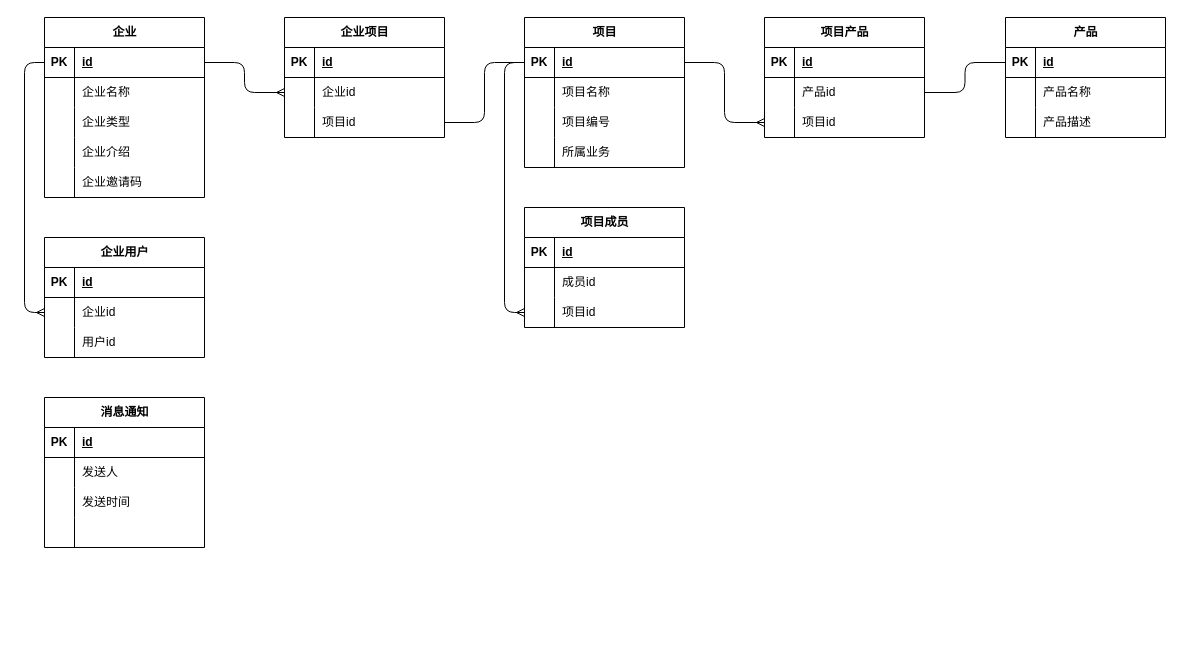
This is page "E-R图" (1 of 3) of others/产品中心.drawio from Qunz/drawio, a draw.io file, before an edit. Source tidied: cells renumbered, new cells numbered last; positions are measured from the earlier drawing's top-left corner, leaving out a move shared by most shapes. Both pictures are drawn from the tidied source at 100%, with x=0, y=0 at pixel (44, 17).
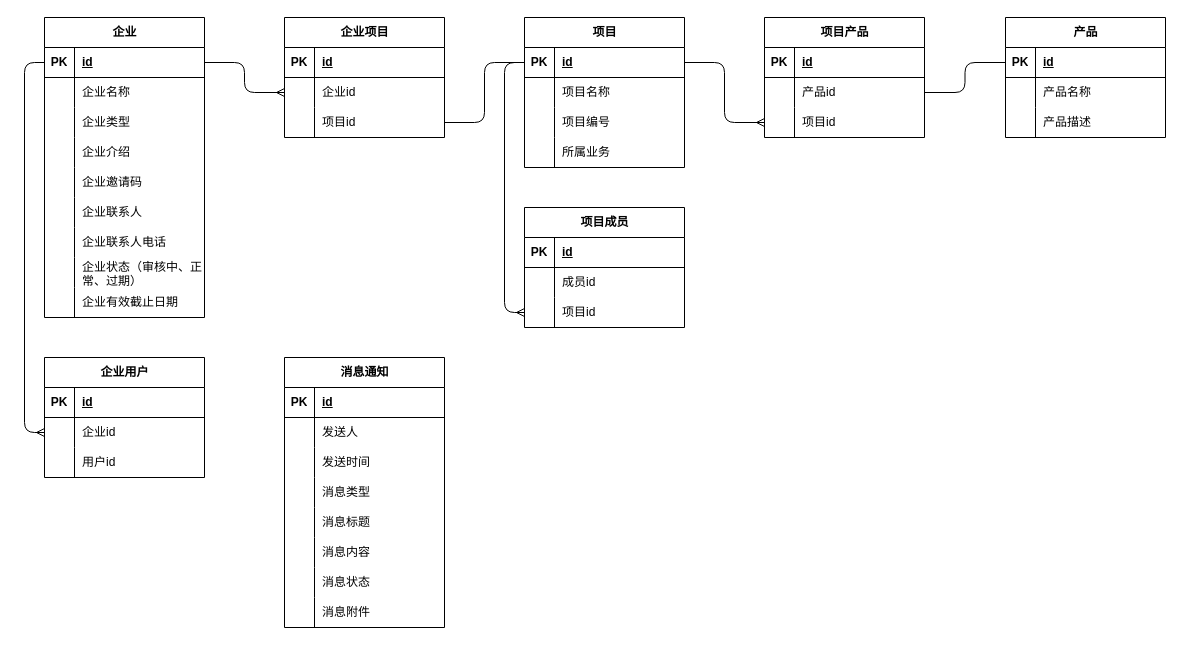
Above is the later version.

Commit message:
更新产品中心.drawio

The change refers to these unchanged cells:
```xml
<mxCell id="61" style="shape=tableRow;horizontal=0;startSize=0;swimlaneHead=0;swimlaneBody=0;fillColor=none;top=0;left=0;right=0;bottom=0;" parent="51" vertex="1">
  <mxGeometry y="120" width="160" height="30" as="geometry" />
</mxCell>
```

What changed in the source:
```diff
@@
     <mxCell id="2" value="企业" style="shape=table;startSize=30;childLayout=tableLayout;rowLines=0;fontStyle=1;align=center;html=1;" parent="1" vertex="1">
-      <mxGeometry width="160" height="180" as="geometry" />
+      <mxGeometry width="160" height="300" as="geometry" />
     </mxCell>
@@
+    <mxCell id="100" style="shape=tableRow;horizontal=0;startSize=0;swimlaneHead=0;swimlaneBody=0;fillColor=none;top=0;left=0;right=0;bottom=0;" parent="2" vertex="1">
+      <mxGeometry y="180" width="160" height="30" as="geometry" />
+    </mxCell>
+    <mxCell id="101" style="shape=partialRectangle;fillColor=none;top=0;left=0;bottom=0;right=0;overflow=hidden;whiteSpace=wrap;html=1;" parent="100" vertex="1">
+      <mxGeometry width="30" height="30" as="geometry" />
+    </mxCell>
+    <mxCell id="102" value="企业联系人" style="shape=partialRectangle;fillColor=none;top=0;left=0;bottom=0;right=0;align=left;spacingLeft=6;overflow=hidden;whiteSpace=wrap;html=1;" parent="100" vertex="1">
+      <mxGeometry x="30" width="130" height="30" as="geometry" />
+    </mxCell>
+    <mxCell id="103" style="shape=tableRow;horizontal=0;startSize=0;swimlaneHead=0;swimlaneBody=0;fillColor=none;top=0;left=0;right=0;bottom=0;" parent="2" vertex="1">
+      <mxGeometry y="210" width="160" height="30" as="geometry" />
+    </mxCell>
+    <mxCell id="104" style="shape=partialRectangle;fillColor=none;top=0;left=0;bottom=0;right=0;overflow=hidden;whiteSpace=wrap;html=1;" parent="103" vertex="1">
+      <mxGeometry width="30" height="30" as="geometry" />
+    </mxCell>
+    <mxCell id="105" value="企业联系人电话" style="shape=partialRectangle;fillColor=none;top=0;left=0;bottom=0;right=0;align=left;spacingLeft=6;overflow=hidden;whiteSpace=wrap;html=1;" parent="103" vertex="1">
+      <mxGeometry x="30" width="130" height="30" as="geometry" />
+    </mxCell>
+    <mxCell id="106" style="shape=tableRow;horizontal=0;startSize=0;swimlaneHead=0;swimlaneBody=0;fillColor=none;top=0;left=0;right=0;bottom=0;" parent="2" vertex="1">
+      <mxGeometry y="240" width="160" height="30" as="geometry" />
+    </mxCell>
+    <mxCell id="107" style="shape=partialRectangle;fillColor=none;top=0;left=0;bottom=0;right=0;overflow=hidden;whiteSpace=wrap;html=1;" parent="106" vertex="1">
+      <mxGeometry width="30" height="30" as="geometry" />
+    </mxCell>
+    <mxCell id="108" value="企业状态（审核中、正常、过期）" style="shape=partialRectangle;fillColor=none;top=0;left=0;bottom=0;right=0;align=left;spacingLeft=6;overflow=hidden;whiteSpace=wrap;html=1;" parent="106" vertex="1">
+      <mxGeometry x="30" width="130" height="30" as="geometry" />
+    </mxCell>
+    <mxCell id="109" style="shape=tableRow;horizontal=0;startSize=0;swimlaneHead=0;swimlaneBody=0;fillColor=none;top=0;left=0;right=0;bottom=0;" parent="2" vertex="1">
+      <mxGeometry y="270" width="160" height="30" as="geometry" />
+    </mxCell>
+    <mxCell id="110" style="shape=partialRectangle;fillColor=none;top=0;left=0;bottom=0;right=0;overflow=hidden;whiteSpace=wrap;html=1;" parent="109" vertex="1">
+      <mxGeometry width="30" height="30" as="geometry" />
+    </mxCell>
+    <mxCell id="111" value="企业有效截止日期" style="shape=partialRectangle;fillColor=none;top=0;left=0;bottom=0;right=0;align=left;spacingLeft=6;overflow=hidden;whiteSpace=wrap;html=1;" parent="109" vertex="1">
+      <mxGeometry x="30" width="130" height="30" as="geometry" />
+    </mxCell>
@@
     <mxCell id="51" value="消息通知" style="shape=table;startSize=30;childLayout=tableLayout;rowLines=0;fontStyle=1;align=center;html=1;" parent="1" vertex="1">
-      <mxGeometry y="380" width="160" height="150" as="geometry" />
+      <mxGeometry x="240" y="340" width="160" height="270" as="geometry" />
     </mxCell>
@@
-    <mxCell id="63" style="shape=partialRectangle;fillColor=none;top=0;left=0;bottom=0;right=0;align=left;spacingLeft=6;overflow=hidden;whiteSpace=wrap;html=1;" parent="61" vertex="1">
+    <mxCell id="63" value="消息类型" style="shape=partialRectangle;fillColor=none;top=0;left=0;bottom=0;right=0;align=left;spacingLeft=6;overflow=hidden;whiteSpace=wrap;html=1;" parent="61" vertex="1">
       <mxGeometry x="30" width="130" height="30" as="geometry" />
     </mxCell>
+    <mxCell id="112" style="shape=tableRow;horizontal=0;startSize=0;swimlaneHead=0;swimlaneBody=0;fillColor=none;top=0;left=0;right=0;bottom=0;" parent="51" vertex="1">
+      <mxGeometry y="150" width="160" height="30" as="geometry" />
+    </mxCell>
+    <mxCell id="113" style="shape=partialRectangle;fillColor=none;top=0;left=0;bottom=0;right=0;overflow=hidden;whiteSpace=wrap;html=1;" parent="112" vertex="1">
+      <mxGeometry width="30" height="30" as="geometry" />
+    </mxCell>
+    <mxCell id="114" value="消息标题" style="shape=partialRectangle;fillColor=none;top=0;left=0;bottom=0;right=0;align=left;spacingLeft=6;overflow=hidden;whiteSpace=wrap;html=1;" parent="112" vertex="1">
+      <mxGeometry x="30" width="130" height="30" as="geometry" />
+    </mxCell>
+    <mxCell id="115" style="shape=tableRow;horizontal=0;startSize=0;swimlaneHead=0;swimlaneBody=0;fillColor=none;top=0;left=0;right=0;bottom=0;" parent="51" vertex="1">
+      <mxGeometry y="180" width="160" height="30" as="geometry" />
+    </mxCell>
+    <mxCell id="116" style="shape=partialRectangle;fillColor=none;top=0;left=0;bottom=0;right=0;overflow=hidden;whiteSpace=wrap;html=1;" parent="115" vertex="1">
+      <mxGeometry width="30" height="30" as="geometry" />
+    </mxCell>
+    <mxCell id="117" value="消息内容" style="shape=partialRectangle;fillColor=none;top=0;left=0;bottom=0;right=0;align=left;spacingLeft=6;overflow=hidden;whiteSpace=wrap;html=1;" parent="115" vertex="1">
+      <mxGeometry x="30" width="130" height="30" as="geometry" />
+    </mxCell>
+    <mxCell id="118" style="shape=tableRow;horizontal=0;startSize=0;swimlaneHead=0;swimlaneBody=0;fillColor=none;top=0;left=0;right=0;bottom=0;" parent="51" vertex="1">
+      <mxGeometry y="210" width="160" height="30" as="geometry" />
+    </mxCell>
+    <mxCell id="119" style="shape=partialRectangle;fillColor=none;top=0;left=0;bottom=0;right=0;overflow=hidden;whiteSpace=wrap;html=1;" parent="118" vertex="1">
+      <mxGeometry width="30" height="30" as="geometry" />
+    </mxCell>
+    <mxCell id="120" value="消息状态" style="shape=partialRectangle;fillColor=none;top=0;left=0;bottom=0;right=0;align=left;spacingLeft=6;overflow=hidden;whiteSpace=wrap;html=1;" parent="118" vertex="1">
+      <mxGeometry x="30" width="130" height="30" as="geometry" />
+    </mxCell>
+    <mxCell id="121" style="shape=tableRow;horizontal=0;startSize=0;swimlaneHead=0;swimlaneBody=0;fillColor=none;top=0;left=0;right=0;bottom=0;" parent="51" vertex="1">
+      <mxGeometry y="240" width="160" height="30" as="geometry" />
+    </mxCell>
+    <mxCell id="122" style="shape=partialRectangle;fillColor=none;top=0;left=0;bottom=0;right=0;overflow=hidden;whiteSpace=wrap;html=1;" parent="121" vertex="1">
+      <mxGeometry width="30" height="30" as="geometry" />
+    </mxCell>
+    <mxCell id="123" value="消息附件" style="shape=partialRectangle;fillColor=none;top=0;left=0;bottom=0;right=0;align=left;spacingLeft=6;overflow=hidden;whiteSpace=wrap;html=1;" parent="121" vertex="1">
+      <mxGeometry x="30" width="130" height="30" as="geometry" />
+    </mxCell>
@@
     <mxCell id="66" value="企业用户" style="shape=table;startSize=30;childLayout=tableLayout;rowLines=0;fontStyle=1;align=center;html=1;" parent="1" vertex="1">
-      <mxGeometry y="220" width="160" height="120" as="geometry" />
+      <mxGeometry y="340" width="160" height="120" as="geometry" />
     </mxCell>
```
